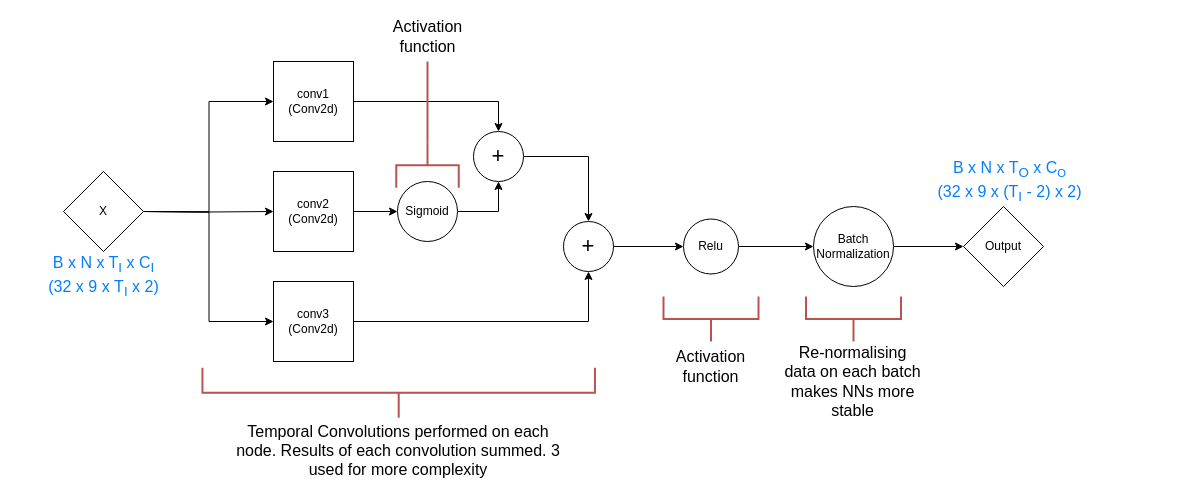
Before: diagrams/temporal_block.drawio in oscarcrowley1/thesis, a draw.io diagram. Source tidied: cells renumbered, new cells numbered last; positions are measured from the earlier drawing's top-left corner, leaving out a move shared by most shapes. Both pictures are drawn from the tidied source at 100%, with x=0, y=0 at pixel (17, 21).
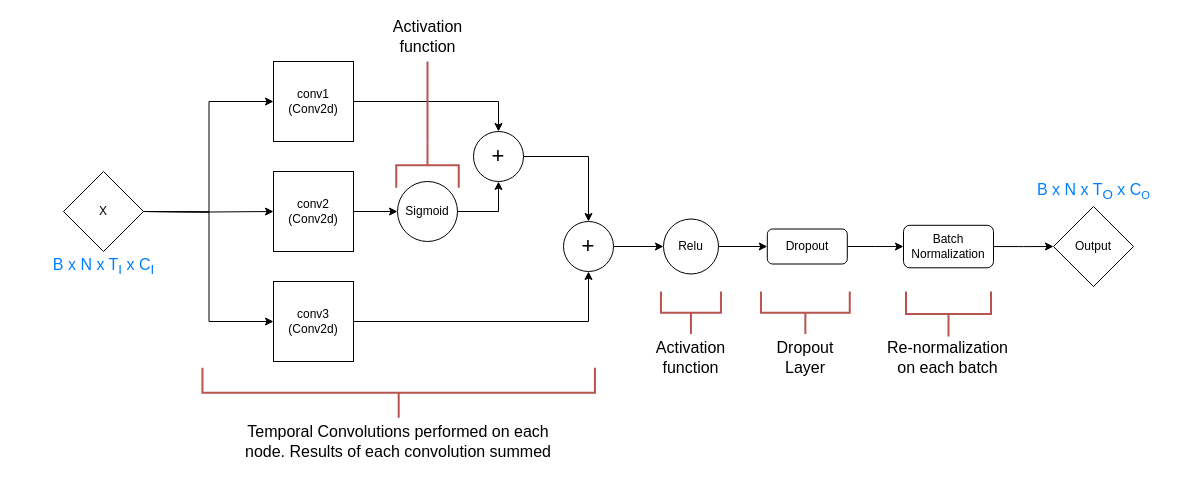
The same diagram, later.

What changed in the source:
```diff
@@
-    <mxCell id="17" style="edgeStyle=orthogonalEdgeStyle;rounded=0;jettySize=auto;html=1;exitX=1;exitY=0.5;exitDx=0;exitDy=0;entryX=0;entryY=0.5;entryDx=0;entryDy=0;" parent="1" edge="1" source="18" target="20">
-      <mxGeometry relative="1" as="geometry" />
-    </mxCell>
+    <mxCell id="34" style="edgeStyle=orthogonalEdgeStyle;rounded=0;jettySize=auto;html=1;exitX=1;exitY=0.5;exitDx=0;exitDy=0;entryX=0;entryY=0.5;entryDx=0;entryDy=0;" parent="1" edge="1" source="18" target="36">
+      <mxGeometry relative="1" as="geometry" />
+    </mxCell>
     <mxCell id="18" value="Relu" style="ellipse;whiteSpace=wrap;html=1;" parent="1" vertex="1">
-      <mxGeometry x="666" y="197.5" width="55" height="55" as="geometry" />
+      <mxGeometry x="646" y="197.5" width="55" height="55" as="geometry" />
     </mxCell>
@@
-    <mxCell id="20" value="Batch Normalization" style="ellipse;whiteSpace=wrap;html=1;" parent="1" vertex="1">
-      <mxGeometry x="796" y="185" width="80" height="80" as="geometry" />
-    </mxCell>
@@
-    <mxCell id="22" value="&lt;font color=&quot;#007fff&quot;&gt;B x N x T&lt;sub&gt;I&lt;/sub&gt; x C&lt;sub&gt;I&lt;/sub&gt;&lt;br&gt;(32 x 9 x&amp;nbsp;&lt;/font&gt;&lt;span style=&quot;color: rgb(0 , 127 , 255)&quot;&gt;T&lt;/span&gt;&lt;sub style=&quot;color: rgb(0 , 127 , 255)&quot;&gt;I&lt;/sub&gt;&lt;span style=&quot;color: rgb(0 , 127 , 255)&quot;&gt;&amp;nbsp;&lt;/span&gt;&lt;font color=&quot;#007fff&quot;&gt;x 2)&lt;br&gt;&lt;/font&gt;" style="text;html=1;strokeColor=none;fillColor=none;align=center;verticalAlign=middle;whiteSpace=wrap;rounded=0;fontSize=16;" parent="1" vertex="1">
-      <mxGeometry x="-0.2" y="240" width="172.5" height="30" as="geometry" />
+    <mxCell id="22" value="&lt;font color=&quot;#007fff&quot;&gt;B x N x T&lt;sub&gt;I&lt;/sub&gt; x C&lt;sub&gt;I&lt;/sub&gt;&lt;/font&gt;&lt;font color=&quot;#007fff&quot;&gt;&lt;br&gt;&lt;/font&gt;" style="text;html=1;strokeColor=none;fillColor=none;align=center;verticalAlign=middle;whiteSpace=wrap;rounded=0;fontSize=16;" parent="1" vertex="1">
+      <mxGeometry x="-0.2" y="230" width="172.5" height="30" as="geometry" />
     </mxCell>
     <mxCell id="23" value="Output" style="rhombus;whiteSpace=wrap;html=1;" parent="1" vertex="1">
-      <mxGeometry x="946" y="185" width="80" height="80" as="geometry" />
+      <mxGeometry x="1036" y="185" width="80" height="80" as="geometry" />
     </mxCell>
-    <mxCell id="24" value="&lt;font color=&quot;#007fff&quot;&gt;B x N x T&lt;sub&gt;O&lt;/sub&gt; x C&lt;span style=&quot;font-size: 13.3333px&quot;&gt;&lt;sub&gt;O&lt;/sub&gt;&lt;/span&gt;&lt;br&gt;(32 x 9 x (&lt;/font&gt;&lt;span style=&quot;color: rgb(0 , 127 , 255)&quot;&gt;T&lt;/span&gt;&lt;sub style=&quot;color: rgb(0 , 127 , 255)&quot;&gt;I&lt;/sub&gt;&lt;span style=&quot;color: rgb(0 , 127 , 255)&quot;&gt;&amp;nbsp;- 2)&amp;nbsp;&lt;/span&gt;&lt;font color=&quot;#007fff&quot;&gt;x 2)&lt;br&gt;&lt;/font&gt;" style="text;html=1;strokeColor=none;fillColor=none;align=center;verticalAlign=middle;whiteSpace=wrap;rounded=0;fontSize=16;" parent="1" vertex="1">
-      <mxGeometry x="906" y="145" width="172.5" height="30" as="geometry" />
+    <mxCell id="24" value="&lt;font color=&quot;#007fff&quot;&gt;B x N x T&lt;sub&gt;O&lt;/sub&gt; x C&lt;span style=&quot;font-size: 13.3333px&quot;&gt;&lt;sub&gt;O&lt;/sub&gt;&lt;/span&gt;&lt;/font&gt;&lt;font color=&quot;#007fff&quot;&gt;&lt;br&gt;&lt;/font&gt;" style="text;html=1;strokeColor=none;fillColor=none;align=center;verticalAlign=middle;whiteSpace=wrap;rounded=0;fontSize=16;" parent="1" vertex="1">
+      <mxGeometry x="989.8" y="155" width="172.5" height="30" as="geometry" />
     </mxCell>
-    <mxCell id="25" value="&lt;span style=&quot;font-size: 16px&quot;&gt;Re-normalising data on each batch makes NNs more stable&lt;/span&gt;" style="text;html=1;strokeColor=none;fillColor=none;align=center;verticalAlign=middle;whiteSpace=wrap;rounded=0;" parent="1" vertex="1">
-      <mxGeometry x="766.3" y="345" width="139.4" height="30" as="geometry" />
+    <mxCell id="25" value="&lt;span style=&quot;font-size: 16px&quot;&gt;Re-normalization on each batch&lt;/span&gt;" style="text;html=1;strokeColor=none;fillColor=none;align=center;verticalAlign=middle;whiteSpace=wrap;rounded=0;" parent="1" vertex="1">
+      <mxGeometry x="861.3" y="316.2" width="139.4" height="40" as="geometry" />
     </mxCell>
     <mxCell id="26" style="strokeWidth=2;html=1;shape=mxgraph.flowchart.annotation_2;align=left;labelPosition=right;rotation=-90;fillColor=#f8cecc;strokeColor=#b85450;" parent="1" vertex="1">
-      <mxGeometry x="671" y="250" width="45" height="95" as="geometry" />
+      <mxGeometry x="652.2" y="261.2" width="42.5" height="60" as="geometry" />
     </mxCell>
     <mxCell id="27" value="&lt;span style=&quot;font-size: 16px&quot;&gt;Activation function&lt;/span&gt;" style="text;html=1;strokeColor=none;fillColor=none;align=center;verticalAlign=middle;whiteSpace=wrap;rounded=0;" parent="1" vertex="1">
-      <mxGeometry x="637.2" y="330" width="112.5" height="30" as="geometry" />
+      <mxGeometry x="617.2" y="321.2" width="112.5" height="30" as="geometry" />
     </mxCell>
     <mxCell id="28" style="strokeWidth=2;html=1;shape=mxgraph.flowchart.annotation_2;align=left;labelPosition=right;rotation=-90;fillColor=#f8cecc;strokeColor=#b85450;" parent="1" vertex="1">
-      <mxGeometry x="813.5" y="250" width="45" height="95" as="geometry" />
+      <mxGeometry x="908.5" y="250" width="45" height="85" as="geometry" />
     </mxCell>
@@
-    <mxCell id="30" value="&lt;span style=&quot;font-size: 16px&quot;&gt;Temporal Convolutions performed on each node. Results of each convolution summed. 3 used for more complexity&lt;/span&gt;" style="text;html=1;strokeColor=none;fillColor=none;align=center;verticalAlign=middle;whiteSpace=wrap;rounded=0;" parent="1" vertex="1">
-      <mxGeometry x="216.3" y="413.8" width="329.7" height="30" as="geometry" />
+    <mxCell id="30" value="&lt;span style=&quot;font-size: 16px&quot;&gt;Temporal Convolutions performed on each node. Results of each convolution summed&lt;/span&gt;" style="text;html=1;strokeColor=none;fillColor=none;align=center;verticalAlign=middle;whiteSpace=wrap;rounded=0;" parent="1" vertex="1">
+      <mxGeometry x="216.3" y="400" width="329.7" height="40" as="geometry" />
     </mxCell>
@@
+    <mxCell id="35" style="edgeStyle=orthogonalEdgeStyle;rounded=0;jettySize=auto;html=1;exitX=1;exitY=0.5;exitDx=0;exitDy=0;entryX=0;entryY=0.5;entryDx=0;entryDy=0;" parent="1" edge="1" source="36" target="20">
+      <mxGeometry relative="1" as="geometry" />
+    </mxCell>
+    <mxCell id="36" value="Dropout" style="rounded=1;whiteSpace=wrap;html=1;" parent="1" vertex="1">
+      <mxGeometry x="749.8" y="207.5" width="80" height="35" as="geometry" />
+    </mxCell>
+    <mxCell id="20" value="Batch Normalization" style="rounded=1;whiteSpace=wrap;html=1;" parent="1" vertex="1">
+      <mxGeometry x="886" y="203.8" width="90" height="42.5" as="geometry" />
+    </mxCell>
+    <mxCell id="37" style="strokeWidth=2;html=1;shape=mxgraph.flowchart.annotation_2;align=left;labelPosition=right;rotation=-90;fillColor=#f8cecc;strokeColor=#b85450;" parent="1" vertex="1">
+      <mxGeometry x="766.6" y="246.9" width="42.5" height="88.8" as="geometry" />
+    </mxCell>
+    <mxCell id="38" value="&lt;span style=&quot;font-size: 16px&quot;&gt;Dropout Layer&lt;/span&gt;" style="text;html=1;strokeColor=none;fillColor=none;align=center;verticalAlign=middle;whiteSpace=wrap;rounded=0;" parent="1" vertex="1">
+      <mxGeometry x="740.7" y="321.2" width="94.4" height="30" as="geometry" />
+    </mxCell>
```
